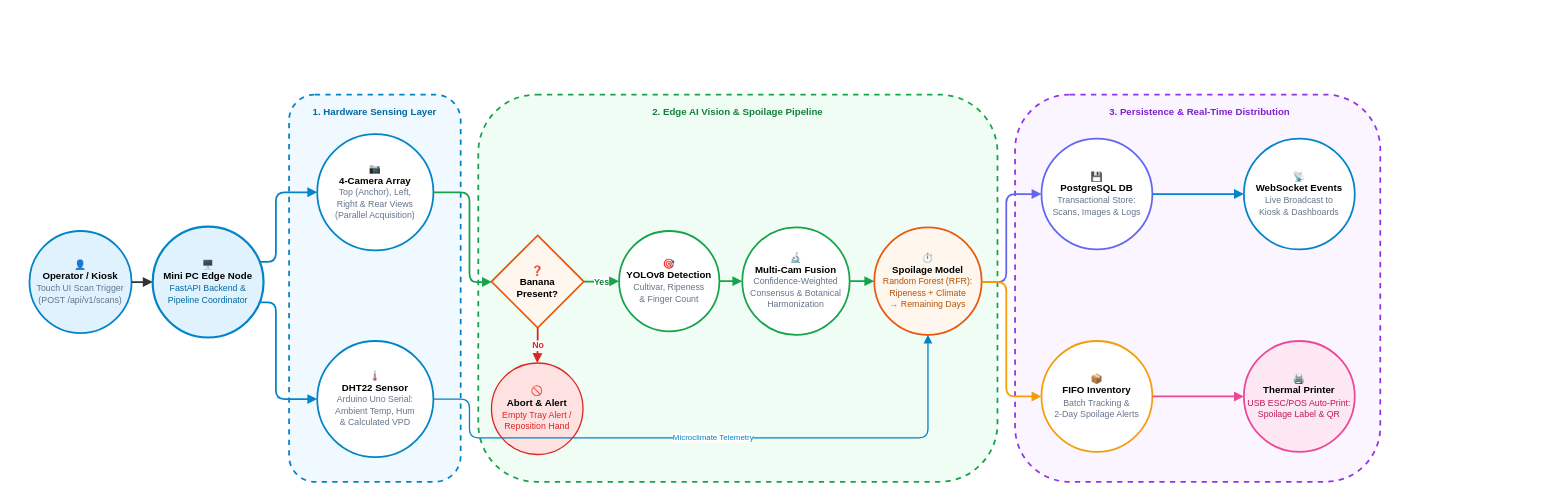
BlackShark404/BananaVision keeps this draw.io diagram as docs/bananavision-docs/docs/workflows/workflow_iot.drawio. Above is the earlier version. Source tidied: cells renumbered, new cells numbered last; positions are measured from the earlier drawing's top-left corner, leaving out a move shared by most shapes. Both pictures are drawn from the tidied source at 88%, with x=0, y=0 at pixel (29, 94).
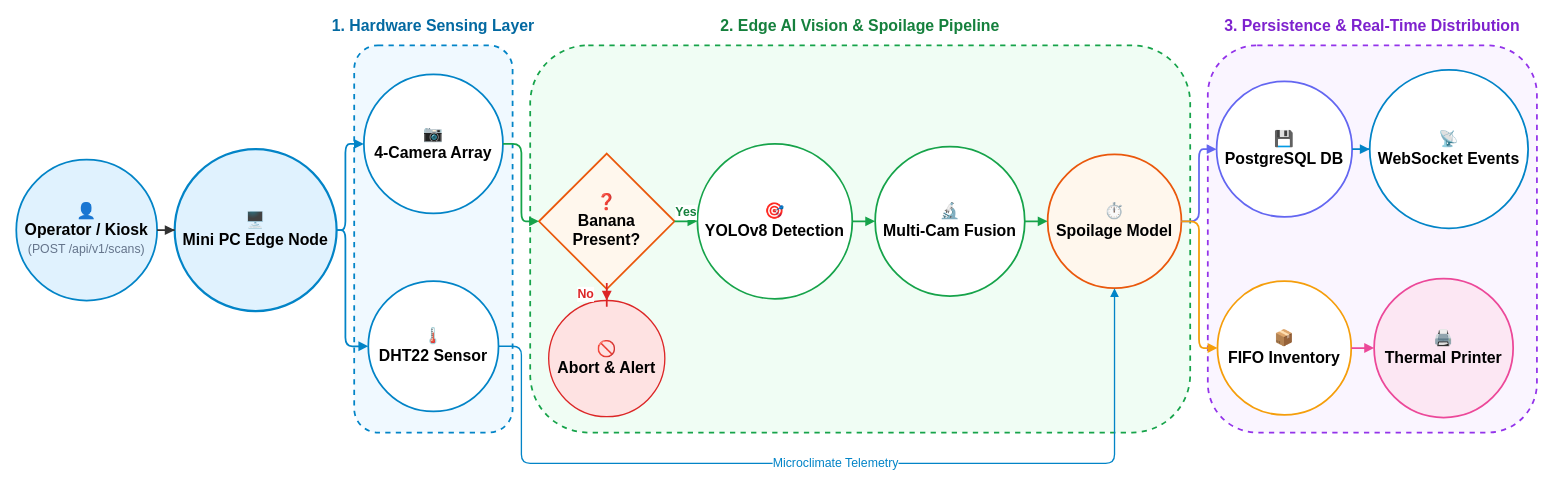
The same page after the edit.

Commit message (it also covers changes not shown here):
refactor: update workflow diagram layouts and font sizes

What changed in the source:
```diff
@@
-    <mxCell id="2" value="👤&lt;br&gt;&lt;b&gt;Operator / Kiosk&lt;/b&gt;&lt;br&gt;&lt;font color=&quot;#64748b&quot; style=&quot;font-size: 10px;&quot;&gt;Touch UI Scan Trigger&lt;br&gt;(POST /api/v1/scans)&lt;/font&gt;" style="ellipse;whiteSpace=wrap;html=1;fillColor=#e0f2fe;strokeColor=#0284c7;strokeWidth=2;fontSize=11;spacing=3;" parent="1" vertex="1">
-      <mxGeometry y="155" width="116" height="116" as="geometry" />
+    <mxCell id="2" value="👤&lt;br&gt;&lt;b&gt;Operator / Kiosk&lt;/b&gt;&lt;br&gt;&lt;font color=&quot;#64748b&quot; style=&quot;font-size: 14px;&quot;&gt;(POST /api/v1/scans)&lt;/font&gt;" style="ellipse;whiteSpace=wrap;html=1;fillColor=#e0f2fe;strokeColor=#0284c7;strokeWidth=2;fontSize=18;spacing=3;" parent="1" vertex="1">
+      <mxGeometry x="-15" y="74" width="160" height="160" as="geometry" />
     </mxCell>
-    <mxCell id="3" value="🖥️&lt;br&gt;&lt;b&gt;Mini PC Edge Node&lt;/b&gt;&lt;br&gt;&lt;font color=&quot;#0369a1&quot; style=&quot;font-size: 10px;&quot;&gt;FastAPI Backend &amp;amp;&lt;br&gt;Pipeline Coordinator&lt;/font&gt;" style="ellipse;whiteSpace=wrap;html=1;fillColor=#e0f2fe;strokeColor=#0284c7;strokeWidth=2.5;fontSize=11;spacing=3;" parent="1" vertex="1">
-      <mxGeometry x="140" y="150" width="126" height="126" as="geometry" />
+    <mxCell id="3" value="🖥️&lt;br&gt;&lt;b&gt;Mini PC Edge Node&lt;/b&gt;" style="ellipse;whiteSpace=wrap;html=1;fillColor=#e0f2fe;strokeColor=#0284c7;strokeWidth=2.5;fontSize=18;spacing=3;" parent="1" vertex="1">
+      <mxGeometry x="165" y="62" width="184" height="184" as="geometry" />
     </mxCell>
     <mxCell id="4" style="rounded=1;whiteSpace=wrap;html=1;fillColor=#f0f9ff;strokeColor=#0284c7;strokeWidth=2;dashed=1;" parent="1" vertex="1">
-      <mxGeometry x="295" width="195" height="440" as="geometry" />
+      <mxGeometry x="369" y="-56" width="180" height="440" as="geometry" />
     </mxCell>
-    <mxCell id="5" value="&lt;b&gt;1. Hardware Sensing Layer&lt;/b&gt;" style="text;html=1;align=center;verticalAlign=middle;whiteSpace=wrap;rounded=0;fontSize=11;fontColor=#0369a1;" parent="1" vertex="1">
-      <mxGeometry x="300" y="10" width="185" height="20" as="geometry" />
+    <mxCell id="5" value="&lt;b&gt;1. Hardware Sensing Layer&lt;/b&gt;" style="text;html=1;align=center;verticalAlign=middle;whiteSpace=wrap;rounded=0;fontSize=18;fontColor=#0369a1;" parent="1" vertex="1">
+      <mxGeometry x="299" y="-90" width="320" height="24" as="geometry" />
     </mxCell>
-    <mxCell id="6" value="📷&lt;br&gt;&lt;b&gt;4-Camera Array&lt;/b&gt;&lt;br&gt;&lt;font color=&quot;#64748b&quot; style=&quot;font-size: 10px;&quot;&gt;Top (Anchor), Left,&lt;br&gt;Right &amp;amp; Rear Views&lt;br&gt;(Parallel Acquisition)&lt;/font&gt;" style="ellipse;whiteSpace=wrap;html=1;fillColor=#ffffff;strokeColor=#0284c7;strokeWidth=2;fontSize=11;spacing=3;" parent="1" vertex="1">
-      <mxGeometry x="327" y="45" width="132" height="132" as="geometry" />
+    <mxCell id="6" value="📷&lt;br&gt;&lt;b&gt;4-Camera Array&lt;/b&gt;" style="ellipse;whiteSpace=wrap;html=1;fillColor=#ffffff;strokeColor=#0284c7;strokeWidth=2;fontSize=18;spacing=3;" parent="1" vertex="1">
+      <mxGeometry x="380" y="-23" width="158" height="158" as="geometry" />
     </mxCell>
-    <mxCell id="7" value="🌡️&lt;br&gt;&lt;b&gt;DHT22 Sensor&lt;/b&gt;&lt;br&gt;&lt;font color=&quot;#64748b&quot; style=&quot;font-size: 10px;&quot;&gt;Arduino Uno Serial:&lt;br&gt;Ambient Temp, Hum&lt;br&gt;&amp;amp; Calculated VPD&lt;/font&gt;" style="ellipse;whiteSpace=wrap;html=1;fillColor=#ffffff;strokeColor=#0284c7;strokeWidth=2;fontSize=11;spacing=3;" parent="1" vertex="1">
-      <mxGeometry x="327" y="280" width="132" height="132" as="geometry" />
+    <mxCell id="7" value="🌡️&lt;br&gt;&lt;b&gt;DHT22 Sensor&lt;/b&gt;" style="ellipse;whiteSpace=wrap;html=1;fillColor=#ffffff;strokeColor=#0284c7;strokeWidth=2;fontSize=18;spacing=3;" parent="1" vertex="1">
+      <mxGeometry x="385" y="212" width="148" height="148" as="geometry" />
     </mxCell>
     <mxCell id="8" style="rounded=1;whiteSpace=wrap;html=1;fillColor=#f0fdf4;strokeColor=#16a34a;strokeWidth=2;dashed=1;" parent="1" vertex="1">
-      <mxGeometry x="510" width="590" height="440" as="geometry" />
+      <mxGeometry x="569" y="-56" width="750" height="440" as="geometry" />
     </mxCell>
-    <mxCell id="9" value="&lt;b&gt;2. Edge AI Vision &amp;amp; Spoilage Pipeline&lt;/b&gt;" style="text;html=1;align=center;verticalAlign=middle;whiteSpace=wrap;rounded=0;fontSize=11;fontColor=#15803d;" parent="1" vertex="1">
-      <mxGeometry x="675" y="10" width="260" height="20" as="geometry" />
+    <mxCell id="9" value="&lt;b&gt;2. Edge AI Vision &amp;amp; Spoilage Pipeline&lt;/b&gt;" style="text;html=1;align=center;verticalAlign=middle;whiteSpace=wrap;rounded=0;fontSize=18;fontColor=#15803d;" parent="1" vertex="1">
+      <mxGeometry x="734" y="-90" width="420" height="24" as="geometry" />
     </mxCell>
-    <mxCell id="10" value="❓&lt;br&gt;&lt;b&gt;Banana&lt;br&gt;Present?&lt;/b&gt;" style="rhombus;whiteSpace=wrap;html=1;fillColor=#fff7ed;strokeColor=#ea580c;strokeWidth=2;fontSize=11;fontStyle=1;" parent="1" vertex="1">
-      <mxGeometry x="525" y="160" width="105" height="105" as="geometry" />
+    <mxCell id="10" value="❓&lt;br&gt;&lt;b&gt;Banana&lt;br&gt;Present?&lt;/b&gt;" style="rhombus;whiteSpace=wrap;html=1;fillColor=#fff7ed;strokeColor=#ea580c;strokeWidth=2;fontSize=18;fontStyle=1;" parent="1" vertex="1">
+      <mxGeometry x="579" y="67" width="154" height="154" as="geometry" />
     </mxCell>
-    <mxCell id="11" value="🚫&lt;br&gt;&lt;b&gt;Abort &amp;amp; Alert&lt;/b&gt;&lt;br&gt;&lt;font color=&quot;#dc2626&quot; style=&quot;font-size: 10px;&quot;&gt;Empty Tray Alert /&lt;br&gt;Reposition Hand&lt;/font&gt;" style="ellipse;whiteSpace=wrap;html=1;fillColor=#fee2e2;strokeColor=#dc2626;strokeWidth=1.5;fontSize=11;spacing=2;" parent="1" vertex="1">
-      <mxGeometry x="525" y="305" width="104" height="104" as="geometry" />
+    <mxCell id="11" value="🚫&lt;br&gt;&lt;b&gt;Abort &amp;amp; Alert&lt;/b&gt;" style="ellipse;whiteSpace=wrap;html=1;fillColor=#fee2e2;strokeColor=#dc2626;strokeWidth=1.5;fontSize=18;spacing=2;" parent="1" vertex="1">
+      <mxGeometry x="590" y="234" width="132" height="132" as="geometry" />
     </mxCell>
-    <mxCell id="12" value="🎯&lt;br&gt;&lt;b&gt;YOLOv8 Detection&lt;/b&gt;&lt;br&gt;&lt;font color=&quot;#64748b&quot; style=&quot;font-size: 10px;&quot;&gt;Cultivar, Ripeness&lt;br&gt;&amp;amp; Finger Count&lt;/font&gt;" style="ellipse;whiteSpace=wrap;html=1;fillColor=#ffffff;strokeColor=#16a34a;strokeWidth=2;fontSize=11;spacing=3;" parent="1" vertex="1">
-      <mxGeometry x="670" y="155" width="114" height="114" as="geometry" />
+    <mxCell id="12" value="🎯&lt;br&gt;&lt;b&gt;YOLOv8 Detection&lt;/b&gt;" style="ellipse;whiteSpace=wrap;html=1;fillColor=#ffffff;strokeColor=#16a34a;strokeWidth=2;fontSize=18;spacing=3;" parent="1" vertex="1">
+      <mxGeometry x="759" y="56" width="176" height="176" as="geometry" />
     </mxCell>
-    <mxCell id="13" value="🔬&lt;br&gt;&lt;b&gt;Multi-Cam Fusion&lt;/b&gt;&lt;br&gt;&lt;font color=&quot;#64748b&quot; style=&quot;font-size: 10px;&quot;&gt;Confidence-Weighted&lt;br&gt;Consensus &amp;amp; Botanical&lt;br&gt;Harmonization&lt;/font&gt;" style="ellipse;whiteSpace=wrap;html=1;fillColor=#ffffff;strokeColor=#16a34a;strokeWidth=2;fontSize=11;spacing=3;" parent="1" vertex="1">
-      <mxGeometry x="810" y="151" width="122" height="122" as="geometry" />
+    <mxCell id="13" value="🔬&lt;br&gt;&lt;b&gt;Multi-Cam Fusion&lt;/b&gt;" style="ellipse;whiteSpace=wrap;html=1;fillColor=#ffffff;strokeColor=#16a34a;strokeWidth=2;fontSize=18;spacing=3;" parent="1" vertex="1">
+      <mxGeometry x="961" y="59" width="170" height="170" as="geometry" />
     </mxCell>
-    <mxCell id="14" value="⏱️&lt;br&gt;&lt;b&gt;Spoilage Model&lt;/b&gt;&lt;br&gt;&lt;font color=&quot;#b45309&quot; style=&quot;font-size: 10px;&quot;&gt;Random Forest (RFR):&lt;br&gt;Ripeness + Climate&lt;br&gt;→ Remaining Days&lt;/font&gt;" style="ellipse;whiteSpace=wrap;html=1;fillColor=#fff7ed;strokeColor=#ea580c;strokeWidth=2;fontSize=11;spacing=3;" parent="1" vertex="1">
-      <mxGeometry x="960" y="151" width="122" height="122" as="geometry" />
+    <mxCell id="14" value="⏱️&lt;br&gt;&lt;b&gt;Spoilage Model&lt;/b&gt;" style="ellipse;whiteSpace=wrap;html=1;fillColor=#fff7ed;strokeColor=#ea580c;strokeWidth=2;fontSize=18;spacing=3;" parent="1" vertex="1">
+      <mxGeometry x="1157" y="68" width="152" height="152" as="geometry" />
     </mxCell>
     <mxCell id="15" style="rounded=1;whiteSpace=wrap;html=1;fillColor=#faf5ff;strokeColor=#9333ea;strokeWidth=2;dashed=1;" parent="1" vertex="1">
-      <mxGeometry x="1120" width="415" height="440" as="geometry" />
+      <mxGeometry x="1339" y="-56" width="374" height="440" as="geometry" />
     </mxCell>
-    <mxCell id="16" value="&lt;b&gt;3. Persistence &amp;amp; Real-Time Distribution&lt;/b&gt;" style="text;html=1;align=center;verticalAlign=middle;whiteSpace=wrap;rounded=0;fontSize=11;fontColor=#7e22ce;" parent="1" vertex="1">
-      <mxGeometry x="1200" y="10" width="260" height="20" as="geometry" />
+    <mxCell id="16" value="&lt;b&gt;3. Persistence &amp;amp; Real-Time Distribution&lt;/b&gt;" style="text;html=1;align=center;verticalAlign=middle;whiteSpace=wrap;rounded=0;fontSize=18;fontColor=#7e22ce;" parent="1" vertex="1">
+      <mxGeometry x="1339" y="-90" width="374" height="24" as="geometry" />
     </mxCell>
-    <mxCell id="17" value="💾&lt;br&gt;&lt;b&gt;PostgreSQL DB&lt;/b&gt;&lt;br&gt;&lt;font color=&quot;#64748b&quot; style=&quot;font-size: 10px;&quot;&gt;Transactional Store:&lt;br&gt;Scans, Images &amp;amp; Logs&lt;/font&gt;" style="ellipse;whiteSpace=wrap;html=1;fillColor=#ffffff;strokeColor=#6366f1;strokeWidth=2;fontSize=11;spacing=3;" parent="1" vertex="1">
-      <mxGeometry x="1150" y="50" width="126" height="126" as="geometry" />
+    <mxCell id="17" value="💾&lt;br&gt;&lt;b&gt;PostgreSQL DB&lt;/b&gt;" style="ellipse;whiteSpace=wrap;html=1;fillColor=#ffffff;strokeColor=#6366f1;strokeWidth=2;fontSize=18;spacing=3;" parent="1" vertex="1">
+      <mxGeometry x="1349" y="-15" width="154" height="154" as="geometry" />
     </mxCell>
-    <mxCell id="18" value="📡&lt;br&gt;&lt;b&gt;WebSocket Events&lt;/b&gt;&lt;br&gt;&lt;font color=&quot;#64748b&quot; style=&quot;font-size: 10px;&quot;&gt;Live Broadcast to&lt;br&gt;Kiosk &amp;amp; Dashboards&lt;/font&gt;" style="ellipse;whiteSpace=wrap;html=1;fillColor=#ffffff;strokeColor=#0284c7;strokeWidth=2;fontSize=11;spacing=3;" parent="1" vertex="1">
-      <mxGeometry x="1380" y="50" width="126" height="126" as="geometry" />
+    <mxCell id="18" value="📡&lt;br&gt;&lt;b&gt;WebSocket Events&lt;/b&gt;" style="ellipse;whiteSpace=wrap;html=1;fillColor=#ffffff;strokeColor=#0284c7;strokeWidth=2;fontSize=18;spacing=3;" parent="1" vertex="1">
+      <mxGeometry x="1523" y="-28" width="180" height="180" as="geometry" />
     </mxCell>
-    <mxCell id="19" value="📦&lt;br&gt;&lt;b&gt;FIFO Inventory&lt;/b&gt;&lt;br&gt;&lt;font color=&quot;#64748b&quot; style=&quot;font-size: 10px;&quot;&gt;Batch Tracking &amp;amp;&lt;br&gt;2-Day Spoilage Alerts&lt;/font&gt;" style="ellipse;whiteSpace=wrap;html=1;fillColor=#ffffff;strokeColor=#f59e0b;strokeWidth=2;fontSize=11;spacing=3;" parent="1" vertex="1">
-      <mxGeometry x="1150" y="280" width="126" height="126" as="geometry" />
+    <mxCell id="19" value="📦&lt;br&gt;&lt;b&gt;FIFO Inventory&lt;/b&gt;" style="ellipse;whiteSpace=wrap;html=1;fillColor=#ffffff;strokeColor=#f59e0b;strokeWidth=2;fontSize=18;spacing=3;" parent="1" vertex="1">
+      <mxGeometry x="1350" y="212" width="152" height="152" as="geometry" />
     </mxCell>
-    <mxCell id="20" value="🖨️&lt;br&gt;&lt;b&gt;Thermal Printer&lt;/b&gt;&lt;br&gt;&lt;font color=&quot;#be185d&quot; style=&quot;font-size: 10px;&quot;&gt;USB ESC/POS Auto-Print:&lt;br&gt;Spoilage Label &amp;amp; QR&lt;/font&gt;" style="ellipse;whiteSpace=wrap;html=1;fillColor=#fce7f3;strokeColor=#ec4899;strokeWidth=2;fontSize=11;spacing=3;" parent="1" vertex="1">
-      <mxGeometry x="1380" y="280" width="126" height="126" as="geometry" />
+    <mxCell id="20" value="🖨️&lt;br&gt;&lt;b&gt;Thermal Printer&lt;/b&gt;" style="ellipse;whiteSpace=wrap;html=1;fillColor=#fce7f3;strokeColor=#ec4899;strokeWidth=2;fontSize=18;spacing=3;" parent="1" vertex="1">
+      <mxGeometry x="1528" y="209" width="158" height="158" as="geometry" />
     </mxCell>
@@
-    <mxCell id="22" style="edgeStyle=orthogonalEdgeStyle;rounded=1;jettySize=auto;html=1;strokeWidth=2;strokeColor=#0284c7;endArrow=block;endFill=1;" parent="1" edge="1" source="3" target="6">
+    <mxCell id="22" style="edgeStyle=orthogonalEdgeStyle;rounded=1;jettySize=auto;html=1;strokeWidth=2;strokeColor=#0284c7;endArrow=block;endFill=1;exitX=1;exitY=0.5;entryX=0;entryY=0.5;" parent="1" edge="1" source="3" target="6">
       <mxGeometry relative="1" as="geometry">
         <Array as="points">
-          <mxPoint x="280" y="190" />
-          <mxPoint x="280" y="111" />
+          <mxPoint x="359" y="154" />
+          <mxPoint x="359" y="56" />
         </Array>
       </mxGeometry>
     </mxCell>
-    <mxCell id="23" style="edgeStyle=orthogonalEdgeStyle;rounded=1;jettySize=auto;html=1;strokeWidth=2;strokeColor=#0284c7;endArrow=block;endFill=1;" parent="1" edge="1" source="3" target="7">
+    <mxCell id="23" style="edgeStyle=orthogonalEdgeStyle;rounded=1;jettySize=auto;html=1;strokeWidth=2;strokeColor=#0284c7;endArrow=block;endFill=1;exitX=1;exitY=0.5;entryX=0;entryY=0.5;" parent="1" edge="1" source="3" target="7">
       <mxGeometry relative="1" as="geometry">
         <Array as="points">
-          <mxPoint x="280" y="236" />
-          <mxPoint x="280" y="346" />
+          <mxPoint x="359" y="154" />
+          <mxPoint x="359" y="286" />
         </Array>
       </mxGeometry>
     </mxCell>
-    <mxCell id="24" style="edgeStyle=orthogonalEdgeStyle;rounded=1;jettySize=auto;html=1;strokeWidth=2;strokeColor=#16a34a;endArrow=block;endFill=1;" parent="1" edge="1" source="6" target="10">
+    <mxCell id="24" style="edgeStyle=orthogonalEdgeStyle;rounded=1;jettySize=auto;html=1;strokeWidth=2;strokeColor=#16a34a;endArrow=block;endFill=1;exitX=1;exitY=0.5;entryX=0;entryY=0.5;" parent="1" edge="1" source="6" target="10">
       <mxGeometry relative="1" as="geometry">
         <Array as="points">
-          <mxPoint x="500" y="111" />
-          <mxPoint x="500" y="213" />
+          <mxPoint x="559" y="56" />
+          <mxPoint x="559" y="144" />
         </Array>
       </mxGeometry>
     </mxCell>
-    <mxCell id="25" value="Yes" style="edgeStyle=orthogonalEdgeStyle;rounded=0;jettySize=auto;html=1;strokeWidth=2;strokeColor=#16a34a;endArrow=block;endFill=1;fontSize=10;fontColor=#15803d;fontStyle=1;" parent="1" edge="1" source="10" target="12">
-      <mxGeometry relative="1" as="geometry" />
+    <mxCell id="25" value="Yes" style="edgeStyle=orthogonalEdgeStyle;rounded=0;jettySize=auto;html=1;strokeWidth=2;strokeColor=#16a34a;endArrow=block;endFill=1;fontSize=14;fontColor=#15803d;fontStyle=1;" parent="1" edge="1" source="10" target="12">
+      <mxGeometry relative="1" as="geometry">
+        <mxPoint y="-10" as="offset" />
+      </mxGeometry>
     </mxCell>
-    <mxCell id="26" value="No" style="edgeStyle=orthogonalEdgeStyle;rounded=0;jettySize=auto;html=1;strokeWidth=2;strokeColor=#dc2626;endArrow=block;endFill=1;fontSize=10;fontColor=#dc2626;fontStyle=1;" parent="1" edge="1" source="10" target="11">
-      <mxGeometry relative="1" as="geometry" />
+    <mxCell id="26" value="No" style="edgeStyle=orthogonalEdgeStyle;rounded=0;jettySize=auto;html=1;strokeWidth=2;strokeColor=#dc2626;endArrow=block;endFill=1;fontSize=14;fontColor=#dc2626;fontStyle=1;" parent="1" edge="1" source="10" target="11">
+      <mxGeometry relative="1" as="geometry">
+        <mxPoint x="-24" as="offset" />
+      </mxGeometry>
     </mxCell>
@@
-    <mxCell id="29" value="Microclimate Telemetry" style="edgeStyle=orthogonalEdgeStyle;rounded=1;jettySize=auto;html=1;strokeWidth=1.5;strokeColor=#0284c7;strokeDasharray=4 4;endArrow=block;endFill=1;fontSize=9;fontColor=#0284c7;" parent="1" edge="1" source="7" target="14">
+    <mxCell id="29" value="Microclimate Telemetry" style="edgeStyle=orthogonalEdgeStyle;rounded=1;jettySize=auto;html=1;strokeWidth=1.5;strokeColor=#0284c7;strokeDasharray=4 4;endArrow=block;endFill=1;fontSize=14;fontColor=#0284c7;exitX=1;exitY=0.5;entryX=0.5;entryY=1;" parent="1" edge="1" source="7" target="14">
       <mxGeometry relative="1" as="geometry">
         <Array as="points">
-          <mxPoint x="500" y="346" />
-          <mxPoint x="500" y="390" />
-          <mxPoint x="1021" y="390" />
+          <mxPoint x="559" y="286" />
+          <mxPoint x="559" y="419" />
+          <mxPoint x="1233" y="419" />
         </Array>
       </mxGeometry>
     </mxCell>
-    <mxCell id="30" style="edgeStyle=orthogonalEdgeStyle;rounded=1;jettySize=auto;html=1;strokeWidth=2;strokeColor=#6366f1;endArrow=block;endFill=1;" parent="1" edge="1" source="14" target="17">
+    <mxCell id="30" style="edgeStyle=orthogonalEdgeStyle;rounded=1;jettySize=auto;html=1;strokeWidth=2;strokeColor=#6366f1;endArrow=block;endFill=1;exitX=1;exitY=0.5;entryX=0;entryY=0.5;" parent="1" edge="1" source="14" target="17">
       <mxGeometry relative="1" as="geometry">
         <Array as="points">
-          <mxPoint x="1110" y="213" />
-          <mxPoint x="1110" y="113" />
+          <mxPoint x="1329" y="144" />
+          <mxPoint x="1329" y="62" />
         </Array>
       </mxGeometry>
     </mxCell>
-    <mxCell id="31" style="edgeStyle=orthogonalEdgeStyle;rounded=1;jettySize=auto;html=1;strokeWidth=2;strokeColor=#f59e0b;endArrow=block;endFill=1;" parent="1" edge="1" source="14" target="19">
+    <mxCell id="31" style="edgeStyle=orthogonalEdgeStyle;rounded=1;jettySize=auto;html=1;strokeWidth=2;strokeColor=#f59e0b;endArrow=block;endFill=1;exitX=1;exitY=0.5;entryX=0;entryY=0.5;" parent="1" edge="1" source="14" target="19">
       <mxGeometry relative="1" as="geometry">
         <Array as="points">
-          <mxPoint x="1110" y="213" />
-          <mxPoint x="1110" y="343" />
+          <mxPoint x="1329" y="144" />
+          <mxPoint x="1329" y="288" />
         </Array>
       </mxGeometry>
     </mxCell>
```
